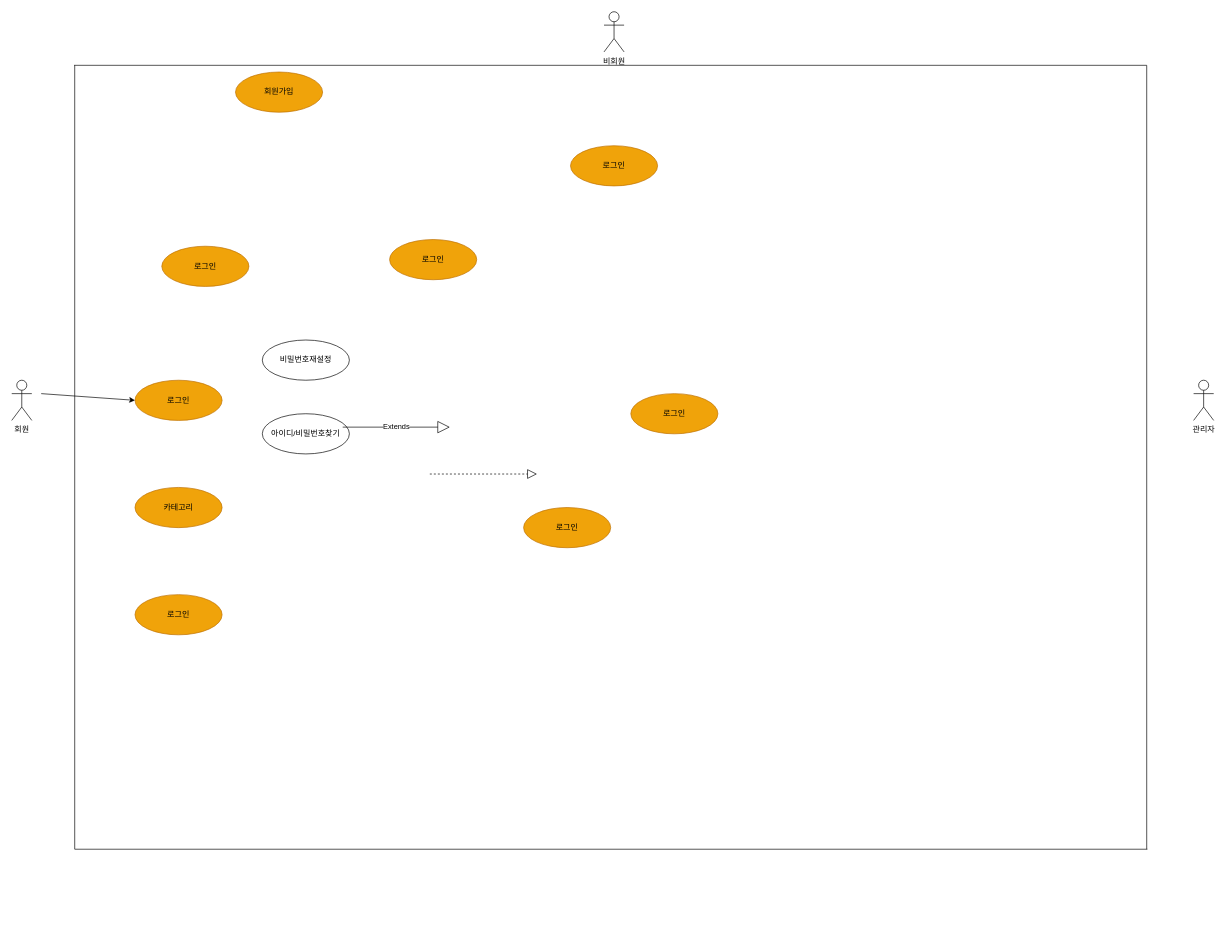
The draw.io diagram USECASE DIAGRAM.drawio in wjdwodhs/USECASE-DIAGRAM, before the edit. Source tidied: cells renumbered, new cells numbered last; positions are measured from the earlier drawing's top-left corner, leaving out a move shared by most shapes. Both pictures are drawn from the tidied source at 67%, with x=0, y=0 at pixel (11, 11).
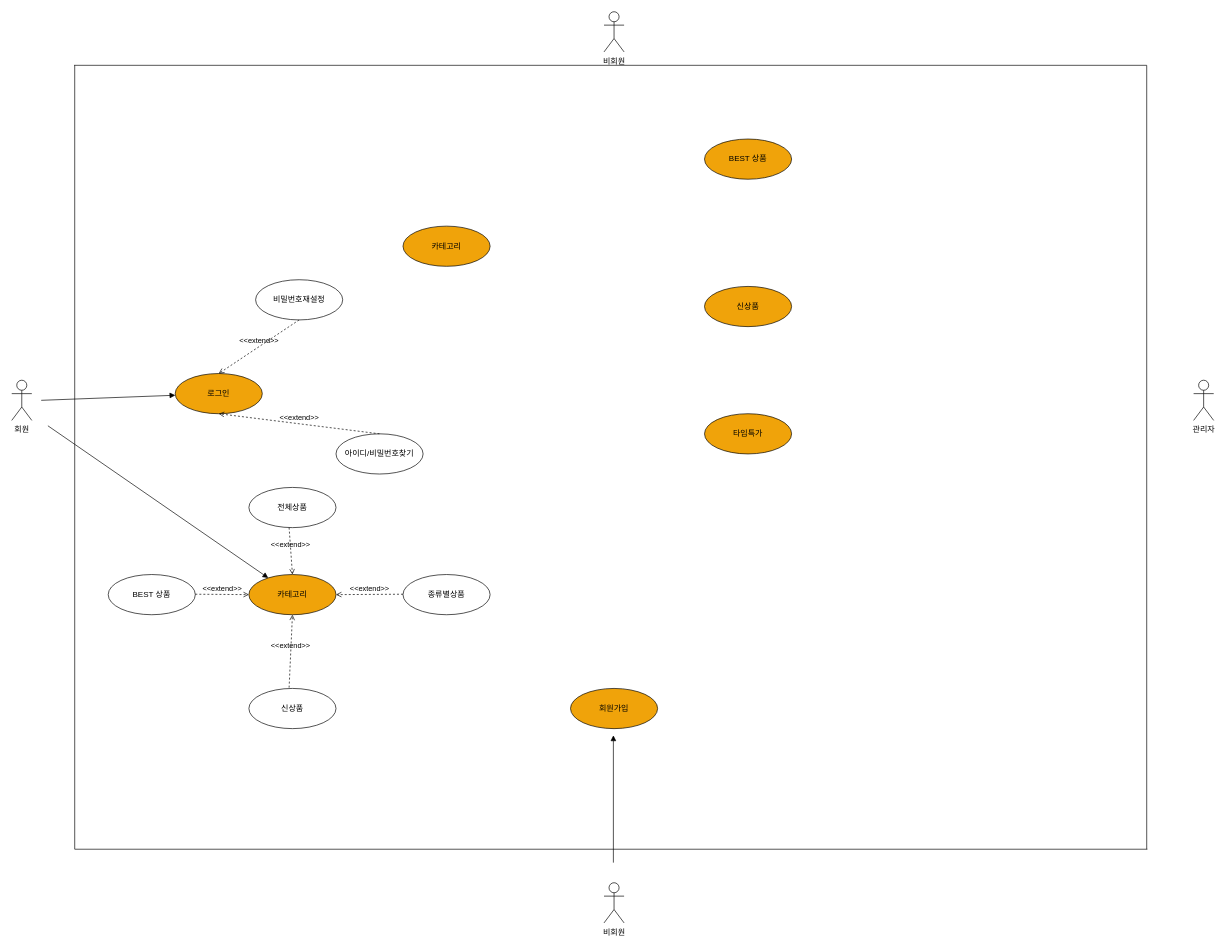
The same diagram, later.

The edit, as a diff of the source:
```diff
@@
-    <mxCell id="5" value="로그인" style="ellipse;whiteSpace=wrap;html=1;fillColor=#f0a30a;strokeColor=#BD7000;fontColor=#000000;" parent="1" vertex="1">
-      <mxGeometry x="224" y="350" width="130" height="60" as="geometry" />
-    </mxCell>
-    <mxCell id="6" value="회원가입" style="ellipse;whiteSpace=wrap;html=1;fillColor=#f0a30a;strokeColor=#BD7000;fontColor=#000000;" parent="1" vertex="1">
-      <mxGeometry x="334" y="90" width="130" height="60" as="geometry" />
+    <mxCell id="6" value="회원가입" style="ellipse;whiteSpace=wrap;html=1;fillColor=#f0a30a;strokeColor=#000000;fontColor=#000000;" parent="1" vertex="1">
+      <mxGeometry x="834" y="1010" width="130" height="60" as="geometry" />
     </mxCell>
-    <mxCell id="7" value="로그인" style="ellipse;whiteSpace=wrap;html=1;fillColor=#f0a30a;strokeColor=#BD7000;fontColor=#000000;" parent="1" vertex="1">
-      <mxGeometry x="184" y="550" width="130" height="60" as="geometry" />
+    <mxCell id="7" value="로그인" style="ellipse;whiteSpace=wrap;html=1;fillColor=#f0a30a;strokeColor=#000000;fontColor=#000000;" parent="1" vertex="1">
+      <mxGeometry x="244" y="540" width="130" height="60" as="geometry" />
     </mxCell>
-    <mxCell id="8" value="카테고리" style="ellipse;whiteSpace=wrap;html=1;fillColor=#f0a30a;strokeColor=#BD7000;fontColor=#000000;" parent="1" vertex="1">
-      <mxGeometry x="184" y="710" width="130" height="60" as="geometry" />
+    <mxCell id="8" value="카테고리" style="ellipse;whiteSpace=wrap;html=1;fillColor=#f0a30a;strokeColor=#000000;fontColor=#000000;" parent="1" vertex="1">
+      <mxGeometry x="584" y="320" width="130" height="60" as="geometry" />
     </mxCell>
-    <mxCell id="9" value="로그인" style="ellipse;whiteSpace=wrap;html=1;fillColor=#f0a30a;strokeColor=#BD7000;fontColor=#000000;" parent="1" vertex="1">
-      <mxGeometry x="764" y="740" width="130" height="60" as="geometry" />
+    <mxCell id="9" value="타임특가" style="ellipse;whiteSpace=wrap;html=1;fillColor=#f0a30a;strokeColor=#000000;fontColor=#000000;" parent="1" vertex="1">
+      <mxGeometry x="1034" y="600" width="130" height="60" as="geometry" />
     </mxCell>
-    <mxCell id="10" value="로그인" style="ellipse;whiteSpace=wrap;html=1;fillColor=#f0a30a;strokeColor=#BD7000;fontColor=#000000;" parent="1" vertex="1">
-      <mxGeometry x="564" y="340" width="130" height="60" as="geometry" />
+    <mxCell id="10" value="카테고리" style="ellipse;whiteSpace=wrap;html=1;fillColor=#f0a30a;strokeColor=#000000;fontColor=#000000;" parent="1" vertex="1">
+      <mxGeometry x="354" y="840" width="130" height="60" as="geometry" />
     </mxCell>
-    <mxCell id="11" value="로그인" style="ellipse;whiteSpace=wrap;html=1;fillColor=#f0a30a;strokeColor=#BD7000;fontColor=#000000;" parent="1" vertex="1">
-      <mxGeometry x="834" y="200" width="130" height="60" as="geometry" />
+    <mxCell id="11" value="BEST 상품" style="ellipse;whiteSpace=wrap;html=1;fillColor=#f0a30a;strokeColor=#000000;fontColor=#000000;" parent="1" vertex="1">
+      <mxGeometry x="1034" y="190" width="130" height="60" as="geometry" />
     </mxCell>
-    <mxCell id="12" value="로그인" style="ellipse;whiteSpace=wrap;html=1;fillColor=#f0a30a;strokeColor=#BD7000;fontColor=#000000;" parent="1" vertex="1">
-      <mxGeometry x="924" y="570" width="130" height="60" as="geometry" />
+    <mxCell id="12" value="신상품" style="ellipse;whiteSpace=wrap;html=1;fillColor=#f0a30a;strokeColor=#000000;fontColor=#000000;" parent="1" vertex="1">
+      <mxGeometry x="1034" y="410" width="130" height="60" as="geometry" />
     </mxCell>
-    <mxCell id="13" value="로그인" style="ellipse;whiteSpace=wrap;html=1;fillColor=#f0a30a;strokeColor=#BD7000;fontColor=#000000;" parent="1" vertex="1">
-      <mxGeometry x="184" y="870" width="130" height="60" as="geometry" />
-    </mxCell>
     <mxCell id="14" value="아이디/비밀번호찾기" style="ellipse;whiteSpace=wrap;html=1;" parent="1" vertex="1">
-      <mxGeometry x="374" y="600" width="130" height="60" as="geometry" />
+      <mxGeometry x="484" y="630" width="130" height="60" as="geometry" />
     </mxCell>
     <mxCell id="15" value="비밀번호재설정" style="ellipse;whiteSpace=wrap;html=1;" parent="1" vertex="1">
-      <mxGeometry x="374" y="490" width="130" height="60" as="geometry" />
+      <mxGeometry x="364" y="400" width="130" height="60" as="geometry" />
     </mxCell>
@@
-    <mxCell id="20" style="endArrow=classic;html=1;rounded=0;entryX=0;entryY=0.5;entryDx=0;entryDy=0;" parent="1" edge="1" target="7">
-      <mxGeometry relative="1" as="geometry">
-        <mxPoint x="44" y="570" as="sourcePoint" />
-      </mxGeometry>
-    </mxCell>
-    <mxCell id="21" value="Extends" style="endArrow=block;endSize=16;endFill=0;html=1;rounded=0;" parent="1" edge="1">
-      <mxGeometry relative="1" as="geometry">
-        <mxPoint x="494" y="620" as="sourcePoint" />
-        <mxPoint x="654" y="620" as="targetPoint" />
-      </mxGeometry>
-    </mxCell>
-    <mxCell id="22" style="endArrow=block;dashed=1;endFill=0;endSize=12;html=1;rounded=0;" parent="1" edge="1">
-      <mxGeometry relative="1" as="geometry">
-        <mxPoint x="624" y="690" as="sourcePoint" />
-        <mxPoint x="784" y="690" as="targetPoint" />
-      </mxGeometry>
-    </mxCell>
+    <mxCell id="23" style="html=1;verticalAlign=bottom;labelBackgroundColor=none;endArrow=block;endFill=1;rounded=0;" parent="1" edge="1" target="7">
+      <mxGeometry relative="1" as="geometry">
+        <mxPoint x="44" y="580" as="sourcePoint" />
+      </mxGeometry>
+    </mxCell>
+    <mxCell id="24" value="&amp;lt;&amp;lt;extend&amp;gt;&amp;gt;" style="html=1;verticalAlign=bottom;labelBackgroundColor=none;endArrow=open;endFill=0;dashed=1;rounded=0;entryX=0.5;entryY=0;entryDx=0;entryDy=0;exitX=0.5;exitY=1;exitDx=0;exitDy=0;" parent="1" edge="1" source="15" target="7">
+      <mxGeometry relative="1" as="geometry" />
+    </mxCell>
+    <mxCell id="25" value="&amp;lt;&amp;lt;extend&amp;gt;&amp;gt;" style="html=1;verticalAlign=bottom;labelBackgroundColor=none;endArrow=open;endFill=0;dashed=1;rounded=0;entryX=0.5;entryY=1;entryDx=0;entryDy=0;exitX=0.5;exitY=0;exitDx=0;exitDy=0;" parent="1" edge="1" source="14" target="7">
+      <mxGeometry relative="1" as="geometry" />
+    </mxCell>
+    <mxCell id="26" value="비회원" style="shape=umlActor;verticalLabelPosition=bottom;verticalAlign=top;html=1;" parent="1" vertex="1">
+      <mxGeometry x="884" y="1300" width="30" height="60" as="geometry" />
+    </mxCell>
+    <mxCell id="27" style="html=1;verticalAlign=bottom;labelBackgroundColor=none;endArrow=block;endFill=1;rounded=0;" parent="1" edge="1">
+      <mxGeometry relative="1" as="geometry">
+        <mxPoint x="898" y="1270" as="sourcePoint" />
+        <mxPoint x="898" y="1080" as="targetPoint" />
+      </mxGeometry>
+    </mxCell>
+    <mxCell id="28" style="html=1;verticalAlign=bottom;labelBackgroundColor=none;endArrow=block;endFill=1;rounded=0;" parent="1" edge="1" target="10">
+      <mxGeometry relative="1" as="geometry">
+        <mxPoint x="54" y="618" as="sourcePoint" />
+      </mxGeometry>
+    </mxCell>
+    <mxCell id="29" value="신상품" style="ellipse;whiteSpace=wrap;html=1;" parent="1" vertex="1">
+      <mxGeometry x="354" y="1010" width="130" height="60" as="geometry" />
+    </mxCell>
+    <mxCell id="30" value="종류별상품" style="ellipse;whiteSpace=wrap;html=1;" parent="1" vertex="1">
+      <mxGeometry x="584" y="840" width="130" height="60" as="geometry" />
+    </mxCell>
+    <mxCell id="31" value="BEST 상품" style="ellipse;whiteSpace=wrap;html=1;" parent="1" vertex="1">
+      <mxGeometry x="144" y="840" width="130" height="60" as="geometry" />
+    </mxCell>
+    <mxCell id="32" value="전체상품" style="ellipse;whiteSpace=wrap;html=1;" parent="1" vertex="1">
+      <mxGeometry x="354" y="710" width="130" height="60" as="geometry" />
+    </mxCell>
+    <mxCell id="33" value="&amp;lt;&amp;lt;extend&amp;gt;&amp;gt;" style="html=1;verticalAlign=bottom;labelBackgroundColor=none;endArrow=open;endFill=0;dashed=1;rounded=0;entryX=0.5;entryY=1;entryDx=0;entryDy=0;" parent="1" edge="1" target="10">
+      <mxGeometry relative="1" as="geometry">
+        <mxPoint x="414" y="1008.8" as="sourcePoint" />
+      </mxGeometry>
+    </mxCell>
+    <mxCell id="34" value="&amp;lt;&amp;lt;extend&amp;gt;&amp;gt;" style="html=1;verticalAlign=bottom;labelBackgroundColor=none;endArrow=open;endFill=0;dashed=1;rounded=0;" parent="1" edge="1" target="10">
+      <mxGeometry relative="1" as="geometry">
+        <mxPoint x="274" y="869.4" as="sourcePoint" />
+      </mxGeometry>
+    </mxCell>
+    <mxCell id="35" value="&amp;lt;&amp;lt;extend&amp;gt;&amp;gt;" style="html=1;verticalAlign=bottom;labelBackgroundColor=none;endArrow=open;endFill=0;dashed=1;rounded=0;entryX=1;entryY=0.5;entryDx=0;entryDy=0;" parent="1" edge="1" target="10">
+      <mxGeometry relative="1" as="geometry">
+        <mxPoint x="584" y="869.4" as="sourcePoint" />
+      </mxGeometry>
+    </mxCell>
+    <mxCell id="36" value="&amp;lt;&amp;lt;extend&amp;gt;&amp;gt;" style="html=1;verticalAlign=bottom;labelBackgroundColor=none;endArrow=open;endFill=0;dashed=1;rounded=0;entryX=0.5;entryY=0;entryDx=0;entryDy=0;" parent="1" edge="1" target="10">
+      <mxGeometry relative="1" as="geometry">
+        <mxPoint x="414" y="770" as="sourcePoint" />
+      </mxGeometry>
+    </mxCell>
```
